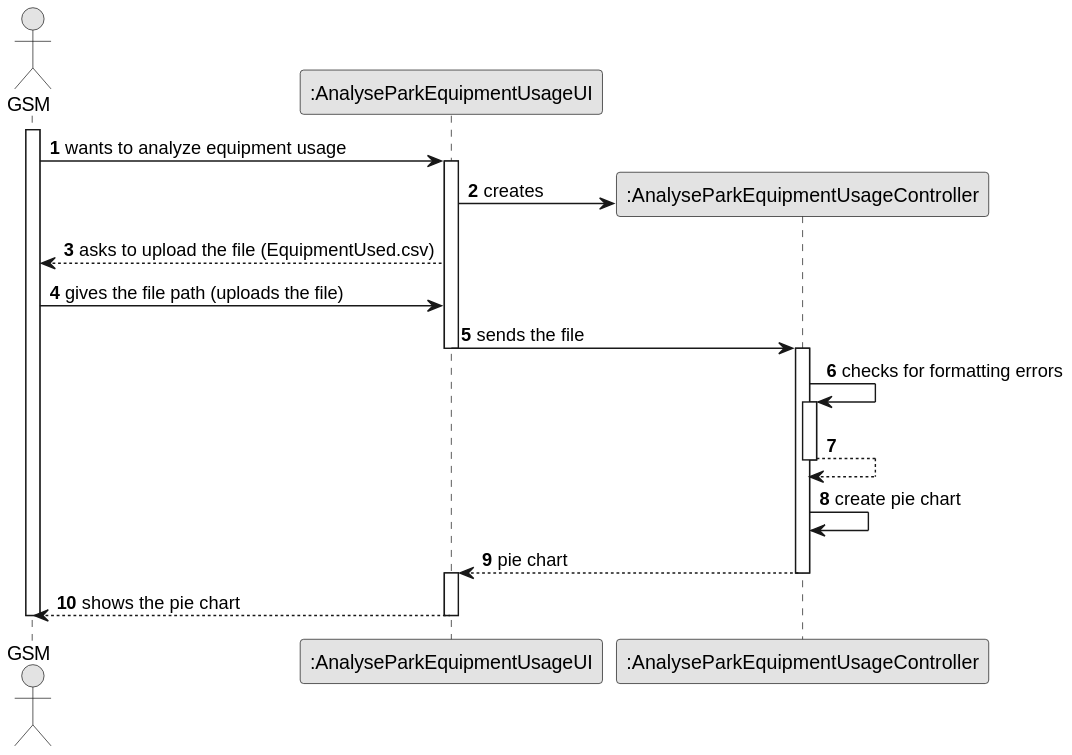
The PlantUML diagram docs/sprintB/us010/03.design/svg/us010-sequence-diagram-full.svg in ricardomm7/leaflink, before a commit. Its diagram source:
```plantuml
@startuml
skinparam monochrome true
skinparam packageStyle rectangle
skinparam shadowing false

autonumber

actor "GSM" as GSM
participant ":AnalyseParkEquipmentUsageUI" as UI
participant ":AnalyseParkEquipmentUsageController" as CTRL

activate GSM
GSM -> UI : wants to analyze equipment usage
activate UI
UI -> CTRL** : creates
UI --> GSM : asks to upload the file (EquipmentUsed.csv)
GSM -> UI : gives the file path (uploads the file)
UI -> CTRL : sends the file
deactivate UI
activate CTRL
CTRL -> CTRL : checks for formatting errors
activate CTRL
CTRL -->CTRL
deactivate CTRL
CTRL -> CTRL : create pie chart
CTRL --> UI : pie chart
deactivate CTRL
activate UI
UI --> GSM : shows the pie chart
deactivate UI
deactivate GSM
@enduml
```
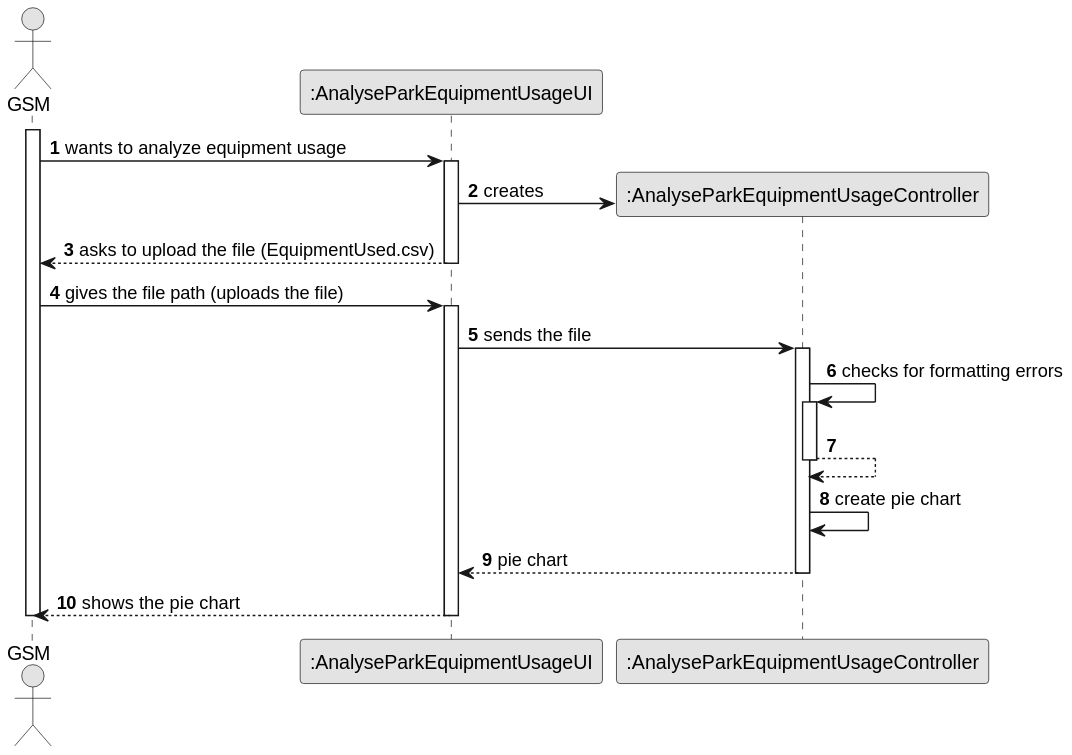
Above is the later version.

Diff of the diagram source:
```diff
@@ -14,9 +14,11 @@
 activate UI
 UI -> CTRL** : creates
 UI --> GSM : asks to upload the file (EquipmentUsed.csv)
+deactivate UI
 GSM -> UI : gives the file path (uploads the file)
+activate UI
 UI -> CTRL : sends the file
-deactivate UI
+
 activate CTRL
 CTRL -> CTRL : checks for formatting errors
 activate CTRL
@@ -25,7 +27,7 @@
 CTRL -> CTRL : create pie chart
 CTRL --> UI : pie chart
 deactivate CTRL
-activate UI
+
 UI --> GSM : shows the pie chart
 deactivate UI
 deactivate GSM
```
